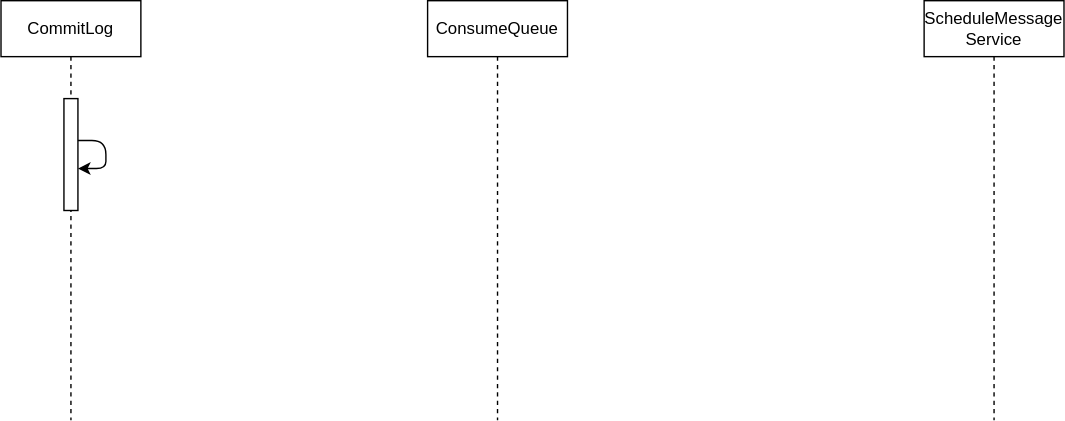
Before: rocketmq/feature/schedule_message_sequence.drawio.svg, a diagram exported from draw.io (HScarb/drawio-diagrams). Source tidied: cells renumbered, new cells last; positions are measured from the earlier drawing's top-left corner, leaving out a move shared by most shapes. Source of this version:
```xml
<mxGraphModel>
  <root>
    <mxCell id="0" />
    <mxCell id="1" parent="0" />
    <mxCell id="2" value="CommitLog" style="shape=umlLifeline;perimeter=lifelinePerimeter;whiteSpace=wrap;html=1;" parent="1" vertex="1">
      <mxGeometry width="100" height="300" as="geometry" />
    </mxCell>
    <mxCell id="3" style="html=1;points=[];perimeter=orthogonalPerimeter;" parent="2" vertex="1">
      <mxGeometry x="45" y="70" width="10" height="80" as="geometry" />
    </mxCell>
    <mxCell id="4" style="edgeStyle=orthogonalEdgeStyle;html=1;" parent="2" edge="1" source="3" target="3">
      <mxGeometry relative="1" as="geometry" />
    </mxCell>
    <mxCell id="5" value="ConsumeQueue" style="shape=umlLifeline;perimeter=lifelinePerimeter;whiteSpace=wrap;html=1;outlineConnect=0;" parent="1" vertex="1">
      <mxGeometry x="305" width="100" height="300" as="geometry" />
    </mxCell>
    <mxCell id="6" value="ScheduleMessage&lt;br&gt;Service" style="shape=umlLifeline;perimeter=lifelinePerimeter;whiteSpace=wrap;html=1;" parent="1" vertex="1">
      <mxGeometry x="660" width="100" height="300" as="geometry" />
    </mxCell>
  </root>
</mxGraphModel>
```
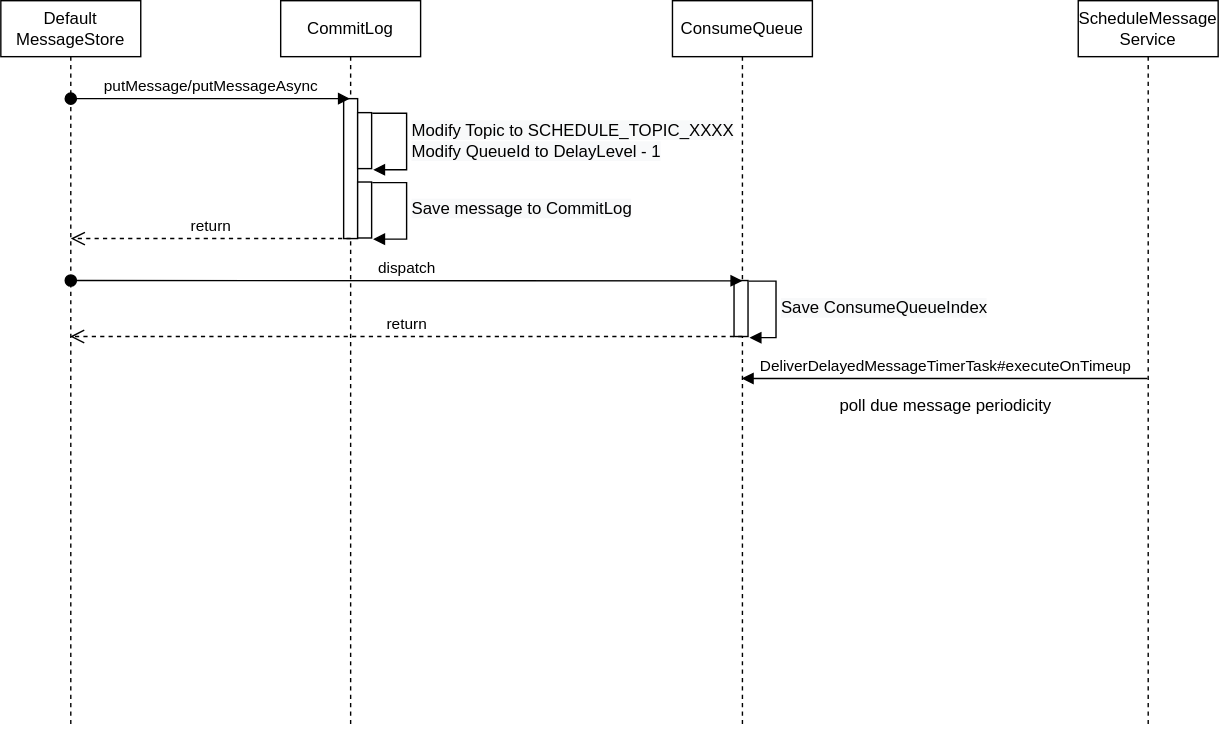
The same file after the commit.

Change to the diagram source:
```diff
@@ -3,19 +3,83 @@
     <mxCell id="0" />
     <mxCell id="1" parent="0" />
     <mxCell id="2" value="CommitLog" style="shape=umlLifeline;perimeter=lifelinePerimeter;whiteSpace=wrap;html=1;" parent="1" vertex="1">
-      <mxGeometry width="100" height="300" as="geometry" />
+      <mxGeometry x="170" y="-10" width="100" height="520" as="geometry" />
     </mxCell>
     <mxCell id="3" style="html=1;points=[];perimeter=orthogonalPerimeter;" parent="2" vertex="1">
-      <mxGeometry x="45" y="70" width="10" height="80" as="geometry" />
+      <mxGeometry x="45" y="70" width="10" height="100" as="geometry" />
     </mxCell>
-    <mxCell id="4" style="edgeStyle=orthogonalEdgeStyle;html=1;" parent="2" edge="1" source="3" target="3">
-      <mxGeometry relative="1" as="geometry" />
-    </mxCell>
+    <mxCell id="7" style="html=1;points=[];perimeter=orthogonalPerimeter;align=center;" parent="2" vertex="1">
+      <mxGeometry x="55" y="80" width="10" height="40" as="geometry" />
+    </mxCell>
+    <mxCell id="8" value="&lt;span style=&quot;font-size: 12px ; background-color: rgb(248 , 249 , 250)&quot;&gt;Modify Topic to SCHEDULE_TOPIC_XXXX&lt;/span&gt;&lt;br style=&quot;font-size: 12px ; background-color: rgb(248 , 249 , 250)&quot;&gt;&lt;span style=&quot;font-size: 12px ; background-color: rgb(248 , 249 , 250)&quot;&gt;Modify QueueId to DelayLevel - 1&lt;/span&gt;" style="edgeStyle=orthogonalEdgeStyle;html=1;align=left;spacingLeft=2;endArrow=block;rounded=0;entryX=1.106;entryY=1.021;entryDx=0;entryDy=0;entryPerimeter=0;exitX=1.046;exitY=0.011;exitDx=0;exitDy=0;exitPerimeter=0;" parent="2" edge="1" source="7" target="7">
+      <mxGeometry relative="1" as="geometry">
+        <Array as="points">
+          <mxPoint x="90" y="80" />
+          <mxPoint x="90" y="121" />
+        </Array>
+      </mxGeometry>
+    </mxCell>
     <mxCell id="5" value="ConsumeQueue" style="shape=umlLifeline;perimeter=lifelinePerimeter;whiteSpace=wrap;html=1;outlineConnect=0;" parent="1" vertex="1">
-      <mxGeometry x="305" width="100" height="300" as="geometry" />
+      <mxGeometry x="450" y="-10" width="100" height="520" as="geometry" />
     </mxCell>
+    <mxCell id="9" style="html=1;points=[];perimeter=orthogonalPerimeter;align=center;" parent="5" vertex="1">
+      <mxGeometry x="44" y="200" width="10" height="40" as="geometry" />
+    </mxCell>
+    <mxCell id="10" value="&lt;span style=&quot;font-size: 12px ; background-color: rgb(248 , 249 , 250)&quot;&gt;Save ConsumeQueueIndex&lt;/span&gt;" style="edgeStyle=orthogonalEdgeStyle;html=1;align=left;spacingLeft=2;endArrow=block;rounded=0;entryX=1.106;entryY=1.021;entryDx=0;entryDy=0;entryPerimeter=0;exitX=1.046;exitY=0.011;exitDx=0;exitDy=0;exitPerimeter=0;" parent="5" edge="1" source="9" target="9">
+      <mxGeometry relative="1" as="geometry">
+        <Array as="points">
+          <mxPoint x="74" y="200" />
+          <mxPoint x="74" y="241" />
+        </Array>
+      </mxGeometry>
+    </mxCell>
     <mxCell id="6" value="ScheduleMessage&lt;br&gt;Service" style="shape=umlLifeline;perimeter=lifelinePerimeter;whiteSpace=wrap;html=1;" parent="1" vertex="1">
-      <mxGeometry x="660" width="100" height="300" as="geometry" />
+      <mxGeometry x="740" y="-10" width="100" height="520" as="geometry" />
     </mxCell>
+    <mxCell id="11" value="Default&lt;br&gt;MessageStore" style="shape=umlLifeline;perimeter=lifelinePerimeter;whiteSpace=wrap;html=1;outlineConnect=0;align=center;" parent="1" vertex="1">
+      <mxGeometry x="-30" y="-10" width="100" height="520" as="geometry" />
+    </mxCell>
+    <mxCell id="12" value="putMessage/putMessageAsync" style="html=1;verticalAlign=bottom;startArrow=oval;startFill=1;endArrow=block;startSize=8;" parent="11" edge="1">
+      <mxGeometry relative="1" as="geometry">
+        <mxPoint x="50" y="70" as="sourcePoint" />
+        <mxPoint x="249.5" y="70" as="targetPoint" />
+      </mxGeometry>
+    </mxCell>
+    <mxCell id="13" value="dispatch" style="html=1;verticalAlign=bottom;startArrow=oval;startFill=1;endArrow=block;startSize=8;entryX=0.5;entryY=0.385;entryDx=0;entryDy=0;entryPerimeter=0;" parent="11" edge="1" target="5">
+      <mxGeometry relative="1" as="geometry">
+        <mxPoint x="50" y="200" as="sourcePoint" />
+      </mxGeometry>
+    </mxCell>
+    <mxCell id="14" value="return" style="html=1;verticalAlign=bottom;endArrow=open;dashed=1;endSize=8;" parent="1" edge="1">
+      <mxGeometry relative="1" as="geometry">
+        <mxPoint x="220" y="160" as="sourcePoint" />
+        <mxPoint x="20" y="160" as="targetPoint" />
+      </mxGeometry>
+    </mxCell>
+    <mxCell id="15" style="html=1;points=[];perimeter=orthogonalPerimeter;align=center;" parent="1" vertex="1">
+      <mxGeometry x="225" y="119.6" width="10" height="40" as="geometry" />
+    </mxCell>
+    <mxCell id="16" value="&lt;span style=&quot;font-size: 12px ; background-color: rgb(248 , 249 , 250)&quot;&gt;Save message to CommitLog&lt;/span&gt;" style="edgeStyle=orthogonalEdgeStyle;html=1;align=left;spacingLeft=2;endArrow=block;rounded=0;entryX=1.106;entryY=1.021;entryDx=0;entryDy=0;entryPerimeter=0;exitX=1.046;exitY=0.011;exitDx=0;exitDy=0;exitPerimeter=0;" parent="1" edge="1" source="15" target="15">
+      <mxGeometry relative="1" as="geometry">
+        <Array as="points">
+          <mxPoint x="260" y="119.6" />
+          <mxPoint x="260" y="160.6" />
+        </Array>
+      </mxGeometry>
+    </mxCell>
+    <mxCell id="17" value="return" style="html=1;verticalAlign=bottom;endArrow=open;dashed=1;endSize=8;" parent="1" edge="1" target="11">
+      <mxGeometry relative="1" as="geometry">
+        <mxPoint x="500" y="230" as="sourcePoint" />
+      </mxGeometry>
+    </mxCell>
+    <mxCell id="18" value="DeliverDelayedMessageTimerTask#executeOnTimeup" style="html=1;verticalAlign=bottom;endArrow=block;" parent="1" edge="1">
+      <mxGeometry relative="1" as="geometry">
+        <mxPoint x="789.5" y="260" as="sourcePoint" />
+        <mxPoint x="499.5" y="260" as="targetPoint" />
+      </mxGeometry>
+    </mxCell>
+    <mxCell id="19" value="poll due message periodicity" style="text;html=1;align=center;verticalAlign=middle;strokeColor=none;" parent="1" vertex="1">
+      <mxGeometry x="560" y="270" width="170" height="20" as="geometry" />
+    </mxCell>
   </root>
 </mxGraphModel>
```
